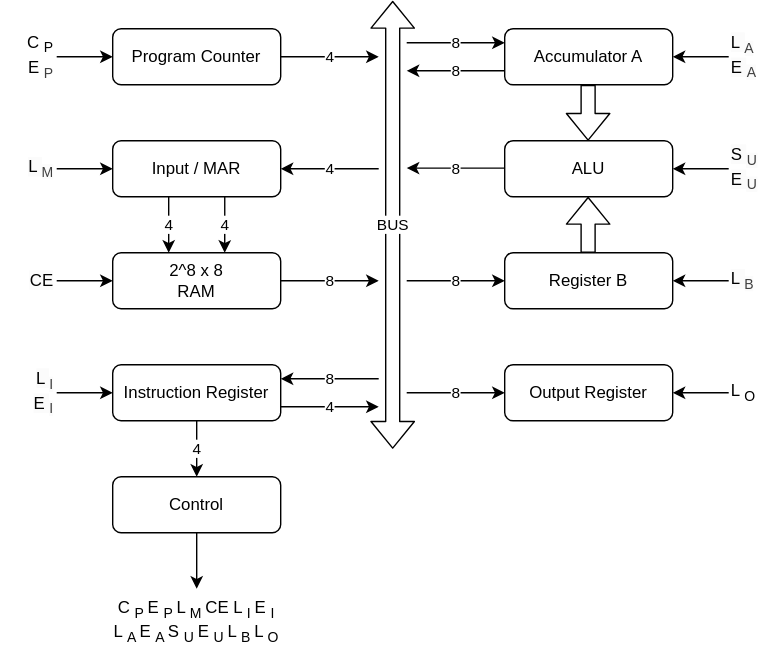
Above: sap1_architecture.drawio.svg in JHertz5/lil_cpu (draw.io), before the change. Source tidied: cells renumbered, new cells last; positions are measured from the earlier drawing's top-left corner, leaving out a move shared by most shapes.
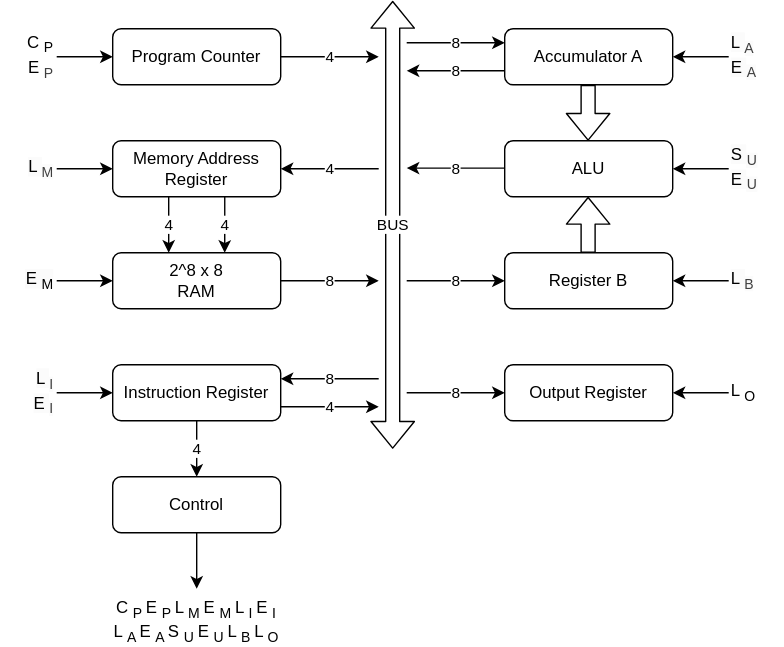
After the change.

Commit message:
#18 Updated documentation of control signals

What changed in the source:
```diff
@@ -2,7 +2,7 @@
   <root>
     <mxCell id="0" />
     <mxCell id="1" parent="0" />
-    <mxCell id="2" value="Input / MAR" style="rounded=1;whiteSpace=wrap;html=1;" parent="1" vertex="1">
+    <mxCell id="2" value="Memory Address Register" style="rounded=1;whiteSpace=wrap;html=1;" parent="1" vertex="1">
       <mxGeometry x="80" y="100" width="120" height="40" as="geometry" />
     </mxCell>
     <mxCell id="3" value="Instruction Register" style="rounded=1;whiteSpace=wrap;html=1;" parent="1" vertex="1">
@@ -129,7 +129,7 @@
         <mxPoint x="360" y="280" as="targetPoint" />
       </mxGeometry>
     </mxCell>
-    <mxCell id="28" value="C&lt;sub&gt;P&amp;nbsp;&lt;/sub&gt;E&lt;sub&gt;P&amp;nbsp;&lt;/sub&gt;L&lt;sub&gt;M&amp;nbsp;&lt;/sub&gt;CE&amp;nbsp;L&lt;sub&gt;I&lt;/sub&gt; E&lt;sub&gt;I&lt;/sub&gt; L&lt;sub&gt;A&lt;/sub&gt; E&lt;sub&gt;A&lt;/sub&gt; S&lt;sub&gt;U&lt;/sub&gt; E&lt;sub&gt;U&lt;/sub&gt; L&lt;sub&gt;B&lt;/sub&gt; L&lt;sub style=&quot;&quot;&gt;O&lt;/sub&gt;" style="text;strokeColor=none;align=center;fillColor=none;html=1;verticalAlign=top;whiteSpace=wrap;rounded=0;" parent="1" vertex="1">
+    <mxCell id="28" value="C&lt;sub&gt;P&amp;nbsp;&lt;/sub&gt;E&lt;sub&gt;P&amp;nbsp;&lt;/sub&gt;L&lt;sub&gt;M&amp;nbsp;&lt;/sub&gt;E&lt;sub&gt;M&lt;/sub&gt; L&lt;sub&gt;I&lt;/sub&gt; E&lt;sub&gt;I&lt;/sub&gt; L&lt;sub&gt;A&lt;/sub&gt; E&lt;sub&gt;A&lt;/sub&gt; S&lt;sub&gt;U&lt;/sub&gt; E&lt;sub&gt;U&lt;/sub&gt; L&lt;sub&gt;B&lt;/sub&gt; L&lt;sub style=&quot;&quot;&gt;O&lt;/sub&gt;" style="text;strokeColor=none;align=center;fillColor=none;html=1;verticalAlign=top;whiteSpace=wrap;rounded=0;" parent="1" vertex="1">
       <mxGeometry x="80" y="420" width="120" height="40" as="geometry" />
     </mxCell>
     <mxCell id="29" value="C&lt;sub&gt;P&lt;/sub&gt;&lt;div&gt;&lt;span style=&quot;color: rgb(0, 0, 0);&quot;&gt;E&lt;/span&gt;&lt;sub style=&quot;color: rgb(63, 63, 63); scrollbar-color: rgb(226, 226, 226) rgb(251, 251, 251);&quot;&gt;P&amp;nbsp;&lt;/sub&gt;&lt;sub&gt;&lt;/sub&gt;&lt;/div&gt;" style="text;strokeColor=none;align=right;fillColor=none;html=1;verticalAlign=middle;whiteSpace=wrap;rounded=0;" parent="1" vertex="1">
@@ -141,7 +141,7 @@
     <mxCell id="31" value="&lt;span style=&quot;color: rgb(0, 0, 0); font-family: Helvetica; font-size: 12px; font-style: normal; font-variant-ligatures: normal; font-variant-caps: normal; font-weight: 400; letter-spacing: normal; orphans: 2; text-indent: 0px; text-transform: none; widows: 2; word-spacing: 0px; -webkit-text-stroke-width: 0px; white-space: normal; background-color: rgb(251, 251, 251); text-decoration-thickness: initial; text-decoration-style: initial; text-decoration-color: initial; float: none; display: inline !important;&quot;&gt;L&lt;/span&gt;&lt;sub style=&quot;forced-color-adjust: none; color: rgb(63, 63, 63); scrollbar-color: rgb(226, 226, 226) rgb(251, 251, 251); font-family: Helvetica; font-style: normal; font-variant-ligatures: normal; font-variant-caps: normal; font-weight: 400; letter-spacing: normal; orphans: 2; text-indent: 0px; text-transform: none; widows: 2; word-spacing: 0px; -webkit-text-stroke-width: 0px; white-space: normal; background-color: rgb(251, 251, 251); text-decoration-thickness: initial; text-decoration-style: initial; text-decoration-color: initial;&quot;&gt;M&lt;/sub&gt;" style="text;whiteSpace=wrap;html=1;align=right;verticalAlign=middle;" parent="1" vertex="1">
       <mxGeometry y="100" width="40" height="40" as="geometry" />
     </mxCell>
-    <mxCell id="32" value="&lt;span style=&quot;color: rgb(0, 0, 0); font-family: Helvetica; font-size: 12px; font-style: normal; font-variant-ligatures: normal; font-variant-caps: normal; font-weight: 400; letter-spacing: normal; orphans: 2; text-indent: 0px; text-transform: none; widows: 2; word-spacing: 0px; -webkit-text-stroke-width: 0px; white-space: normal; background-color: rgb(251, 251, 251); text-decoration-thickness: initial; text-decoration-style: initial; text-decoration-color: initial; float: none; display: inline !important;&quot;&gt;CE&amp;nbsp;&lt;/span&gt;" style="text;whiteSpace=wrap;html=1;align=right;verticalAlign=middle;" parent="1" vertex="1">
+    <mxCell id="32" value="&lt;span style=&quot;color: rgb(0, 0, 0); font-family: Helvetica; font-size: 12px; font-style: normal; font-variant-ligatures: normal; font-variant-caps: normal; font-weight: 400; letter-spacing: normal; orphans: 2; text-indent: 0px; text-transform: none; widows: 2; word-spacing: 0px; -webkit-text-stroke-width: 0px; white-space: normal; background-color: rgb(251, 251, 251); text-decoration-thickness: initial; text-decoration-style: initial; text-decoration-color: initial; float: none; display: inline !important;&quot;&gt;E&lt;sub&gt;M&lt;/sub&gt;&lt;/span&gt;" style="text;whiteSpace=wrap;html=1;align=right;verticalAlign=middle;" parent="1" vertex="1">
       <mxGeometry y="180" width="40" height="40" as="geometry" />
     </mxCell>
     <mxCell id="33" value="&lt;span style=&quot;color: rgb(0, 0, 0); font-family: Helvetica; font-size: 12px; font-style: normal; font-variant-ligatures: normal; font-variant-caps: normal; font-weight: 400; letter-spacing: normal; orphans: 2; text-indent: 0px; text-transform: none; widows: 2; word-spacing: 0px; -webkit-text-stroke-width: 0px; white-space: normal; background-color: rgb(251, 251, 251); text-decoration-thickness: initial; text-decoration-style: initial; text-decoration-color: initial; float: none; display: inline !important;&quot;&gt;L&lt;/span&gt;&lt;sub style=&quot;forced-color-adjust: none; color: rgb(63, 63, 63); scrollbar-color: rgb(226, 226, 226) rgb(251, 251, 251); font-family: Helvetica; font-style: normal; font-variant-ligatures: normal; font-variant-caps: normal; font-weight: 400; letter-spacing: normal; orphans: 2; text-indent: 0px; text-transform: none; widows: 2; word-spacing: 0px; -webkit-text-stroke-width: 0px; white-space: normal; background-color: rgb(251, 251, 251); text-decoration-thickness: initial; text-decoration-style: initial; text-decoration-color: initial;&quot;&gt;I&lt;/sub&gt;&lt;div&gt;&lt;span style=&quot;color: rgb(0, 0, 0); font-family: Helvetica; font-size: 12px; font-style: normal; font-variant-ligatures: normal; font-variant-caps: normal; font-weight: 400; letter-spacing: normal; orphans: 2; text-indent: 0px; text-transform: none; widows: 2; word-spacing: 0px; -webkit-text-stroke-width: 0px; white-space: normal; background-color: rgb(251, 251, 251); text-decoration-thickness: initial; text-decoration-style: initial; text-decoration-color: initial; float: none; display: inline !important;&quot;&gt;E&lt;/span&gt;&lt;sub style=&quot;forced-color-adjust: none; color: rgb(63, 63, 63); scrollbar-color: rgb(226, 226, 226) rgb(251, 251, 251); font-family: Helvetica; font-style: normal; font-variant-ligatures: normal; font-variant-caps: normal; font-weight: 400; letter-spacing: normal; orphans: 2; text-indent: 0px; text-transform: none; widows: 2; word-spacing: 0px; -webkit-text-stroke-width: 0px; white-space: normal; background-color: rgb(251, 251, 251); text-decoration-thickness: initial; text-decoration-style: initial; text-decoration-color: initial;&quot;&gt;I&lt;/sub&gt;&lt;/div&gt;" style="text;whiteSpace=wrap;html=1;align=right;verticalAlign=middle;" parent="1" vertex="1">
```
